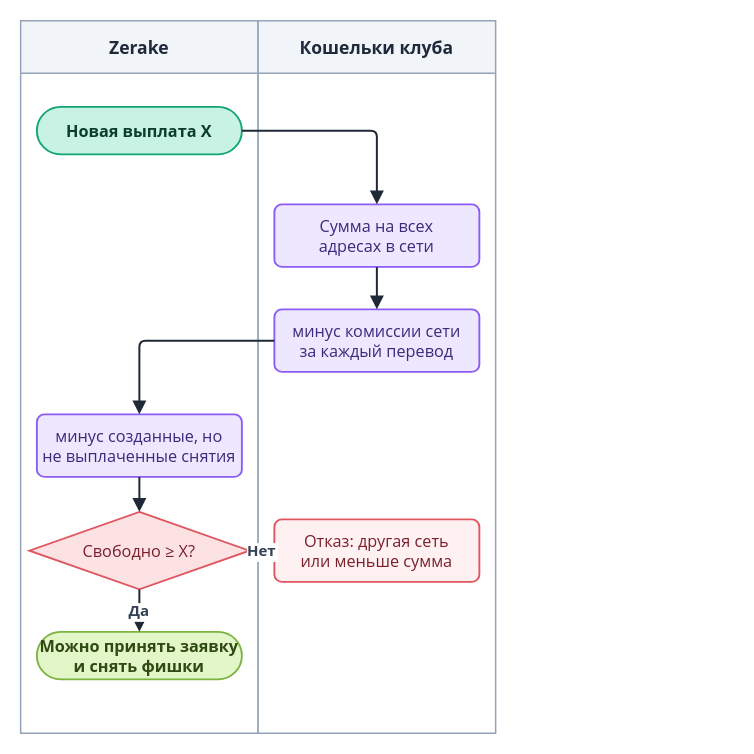
The draw.io diagram diagrams/drawio/solvency.drawio in LILSUFFER/zerake-docs, before the edit. Source tidied: cells renumbered, new cells numbered last; positions are measured from the earlier drawing's top-left corner, leaving out a move shared by most shapes. Both pictures are drawn from the tidied source at 125%, with x=0, y=0 at pixel (20, 20).
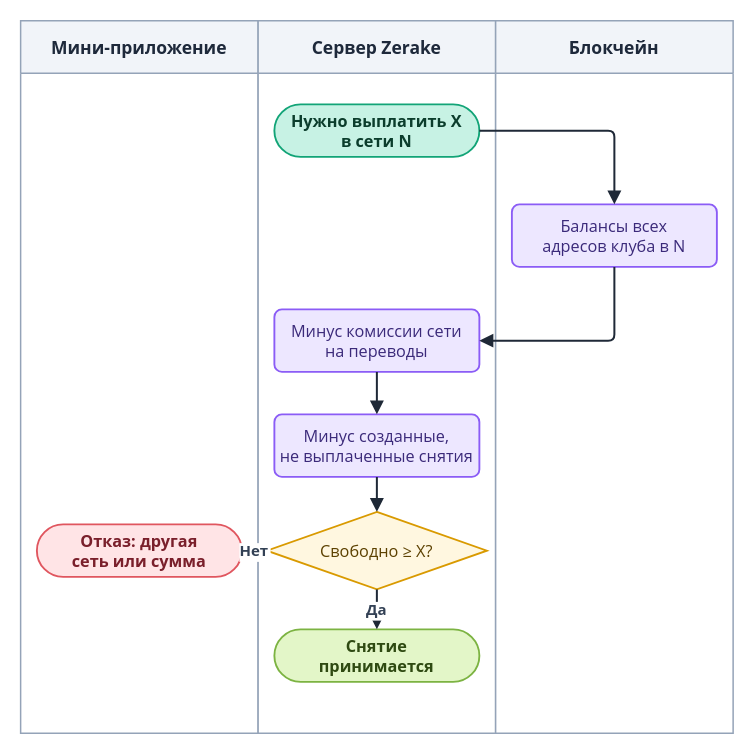
The same diagram, later.

Diff of the diagram source:
```diff
@@
 <mxGraphModel>
   <root>
     <mxCell id="0" />
     <mxCell id="1" parent="0" />
-    <mxCell id="2" value="Zerake" style="swimlane;horizontal=1;startSize=42;fillColor=#F1F4F9;swimlaneFillColor=#FFFFFF;strokeColor=#94A3B8;fontColor=#1E293B;fontStyle=1;fontSize=14;fontFamily=Segoe UI;strokeWidth=1.2;" parent="1" vertex="1">
+    <mxCell id="2" value="Мини-приложение" style="swimlane;horizontal=1;startSize=42;fillColor=#F1F4F9;swimlaneFillColor=#FFFFFF;strokeColor=#94A3B8;fontColor=#1E293B;fontStyle=1;fontSize=14;fontFamily=Segoe UI;strokeWidth=1.2;" parent="1" vertex="1">
       <mxGeometry width="190" height="570" as="geometry" />
     </mxCell>
-    <mxCell id="3" value="Кошельки клуба" style="swimlane;horizontal=1;startSize=42;fillColor=#F1F4F9;swimlaneFillColor=#FFFFFF;strokeColor=#94A3B8;fontColor=#1E293B;fontStyle=1;fontSize=14;fontFamily=Segoe UI;strokeWidth=1.2;" parent="1" vertex="1">
+    <mxCell id="3" value="Сервер Zerake" style="swimlane;horizontal=1;startSize=42;fillColor=#F1F4F9;swimlaneFillColor=#FFFFFF;strokeColor=#94A3B8;fontColor=#1E293B;fontStyle=1;fontSize=14;fontFamily=Segoe UI;strokeWidth=1.2;" parent="1" vertex="1">
       <mxGeometry x="190" width="190" height="570" as="geometry" />
     </mxCell>
+    <mxCell id="17" value="Блокчейн" style="swimlane;horizontal=1;startSize=42;fillColor=#F1F4F9;swimlaneFillColor=#FFFFFF;strokeColor=#94A3B8;fontColor=#1E293B;fontStyle=1;fontSize=14;fontFamily=Segoe UI;strokeWidth=1.2;" parent="1" vertex="1">
+      <mxGeometry x="380" width="190" height="570" as="geometry" />
+    </mxCell>
-    <mxCell id="4" value="Новая выплата X" style="rounded=1;arcSize=50;html=0;fillColor=#C7F2E4;strokeColor=#12A477;fontColor=#0B3D2C;fontStyle=1;fontFamily=Segoe UI;fontSize=13;strokeWidth=1.5;" parent="1" vertex="1">
-      <mxGeometry x="13" y="69" width="164" height="38" as="geometry" />
+    <mxCell id="4" value="Нужно выплатить X&#10;в сети N" style="rounded=1;arcSize=50;html=0;fontStyle=1;fillColor=#C7F2E4;strokeColor=#12A477;fontColor=#0B3D2C;fontFamily=Segoe UI;fontSize=13;strokeWidth=1.5;" parent="1" vertex="1">
+      <mxGeometry x="203" y="67" width="164" height="42" as="geometry" />
     </mxCell>
-    <mxCell id="5" value="Сумма на всех&#10;адресах в сети" style="rounded=1;arcSize=12;html=0;fillColor=#EDE7FF;strokeColor=#8B5CF6;fontColor=#3B2A7A;fontFamily=Segoe UI;fontSize=13;strokeWidth=1.5;" parent="1" vertex="1">
-      <mxGeometry x="203" y="147" width="164" height="50" as="geometry" />
-    </mxCell>
+    <mxCell id="18" value="Балансы всех&#10;адресов клуба в N" style="rounded=1;arcSize=12;html=0;fillColor=#EDE7FF;strokeColor=#8B5CF6;fontColor=#3B2A7A;fontFamily=Segoe UI;fontSize=13;strokeWidth=1.5;" parent="1" vertex="1">
+      <mxGeometry x="393" y="147" width="164" height="50" as="geometry" />
+    </mxCell>
-    <mxCell id="6" value="минус комиссии сети&#10;за каждый перевод" style="rounded=1;arcSize=12;html=0;fillColor=#EDE7FF;strokeColor=#8B5CF6;fontColor=#3B2A7A;fontFamily=Segoe UI;fontSize=13;strokeWidth=1.5;" parent="1" vertex="1">
+    <mxCell id="6" value="Минус комиссии сети&#10;на переводы" style="rounded=1;arcSize=12;html=0;fillColor=#EDE7FF;strokeColor=#8B5CF6;fontColor=#3B2A7A;fontFamily=Segoe UI;fontSize=13;strokeWidth=1.5;" parent="1" vertex="1">
       <mxGeometry x="203" y="231" width="164" height="50" as="geometry" />
     </mxCell>
-    <mxCell id="7" value="минус созданные, но&#10;не выплаченные снятия" style="rounded=1;arcSize=12;html=0;fillColor=#EDE7FF;strokeColor=#8B5CF6;fontColor=#3B2A7A;fontFamily=Segoe UI;fontSize=13;strokeWidth=1.5;" parent="1" vertex="1">
-      <mxGeometry x="13" y="315" width="164" height="50" as="geometry" />
+    <mxCell id="7" value="Минус созданные,&#10;не выплаченные снятия" style="rounded=1;arcSize=12;html=0;fillColor=#EDE7FF;strokeColor=#8B5CF6;fontColor=#3B2A7A;fontFamily=Segoe UI;fontSize=13;strokeWidth=1.5;" parent="1" vertex="1">
+      <mxGeometry x="203" y="315" width="164" height="50" as="geometry" />
     </mxCell>
-    <mxCell id="8" value="Свободно ≥ X?" style="rhombus;html=0;fillColor=#FDE2E4;strokeColor=#E0565F;fontColor=#7A1F2B;fontFamily=Segoe UI;fontSize=13;strokeWidth=1.5;" parent="1" vertex="1">
-      <mxGeometry x="7" y="393" width="176" height="62" as="geometry" />
+    <mxCell id="8" value="Свободно ≥ X?" style="rhombus;html=0;fillColor=#FFF7E0;strokeColor=#D99A00;fontColor=#5C4100;fontFamily=Segoe UI;fontSize=13;strokeWidth=1.5;" parent="1" vertex="1">
+      <mxGeometry x="197" y="393" width="176" height="62" as="geometry" />
     </mxCell>
-    <mxCell id="9" value="Отказ: другая сеть&#10;или меньше сумма" style="rounded=1;arcSize=12;html=0;fillColor=#FFF1F2;strokeColor=#E0565F;fontColor=#7A1F2B;fontFamily=Segoe UI;fontSize=13;strokeWidth=1.5;" parent="1" vertex="1">
-      <mxGeometry x="203" y="399" width="164" height="50" as="geometry" />
+    <mxCell id="9" value="Отказ: другая&#10;сеть или сумма" style="rounded=1;arcSize=50;html=0;fontStyle=1;fillColor=#FFE4E6;strokeColor=#E0565F;fontColor=#7A1F2B;fontFamily=Segoe UI;fontSize=13;strokeWidth=1.5;" parent="1" vertex="1">
+      <mxGeometry x="13" y="403" width="164" height="42" as="geometry" />
     </mxCell>
-    <mxCell id="10" value="Можно принять заявку&#10;и снять фишки" style="rounded=1;arcSize=50;html=0;fillColor=#E3F6C8;strokeColor=#7CB342;fontColor=#2F4A12;fontStyle=1;fontFamily=Segoe UI;fontSize=13;strokeWidth=1.5;" parent="1" vertex="1">
-      <mxGeometry x="13" y="489" width="164" height="38" as="geometry" />
-    </mxCell>
+    <mxCell id="19" value="Снятие&#10;принимается" style="rounded=1;arcSize=50;html=0;fontStyle=1;fillColor=#E3F6C8;strokeColor=#7CB342;fontColor=#2F4A12;fontFamily=Segoe UI;fontSize=13;strokeWidth=1.5;" parent="1" vertex="1">
+      <mxGeometry x="203" y="487" width="164" height="42" as="geometry" />
+    </mxCell>
-    <mxCell id="11" style="edgeStyle=orthogonalEdgeStyle;rounded=1;arcSize=10;jettySize=auto;html=0;strokeColor=#1F2937;strokeWidth=1.6;endArrow=block;endFill=1;endSize=7;fontFamily=Segoe UI;fontSize=12;fontStyle=1;fontColor=#334155;labelBackgroundColor=#FFFFFF;" parent="1" edge="1" source="4" target="5">
+    <mxCell id="11" style="edgeStyle=orthogonalEdgeStyle;rounded=1;arcSize=10;jettySize=auto;html=0;strokeColor=#1F2937;strokeWidth=1.6;endArrow=block;endFill=1;endSize=7;fontFamily=Segoe UI;fontSize=12;fontStyle=1;fontColor=#334155;labelBackgroundColor=#FFFFFF;" parent="1" edge="1" source="4" target="18">
       <mxGeometry relative="1" as="geometry" />
     </mxCell>
-    <mxCell id="12" style="edgeStyle=orthogonalEdgeStyle;rounded=1;arcSize=10;jettySize=auto;html=0;strokeColor=#1F2937;strokeWidth=1.6;endArrow=block;endFill=1;endSize=7;fontFamily=Segoe UI;fontSize=12;fontStyle=1;fontColor=#334155;labelBackgroundColor=#FFFFFF;" parent="1" edge="1" source="5" target="6">
+    <mxCell id="12" style="edgeStyle=orthogonalEdgeStyle;rounded=1;arcSize=10;jettySize=auto;html=0;strokeColor=#1F2937;strokeWidth=1.6;endArrow=block;endFill=1;endSize=7;fontFamily=Segoe UI;fontSize=12;fontStyle=1;fontColor=#334155;labelBackgroundColor=#FFFFFF;exitX=0.5;exitY=1;entryX=1;entryY=0.5;" parent="1" edge="1" source="18" target="6">
       <mxGeometry relative="1" as="geometry" />
     </mxCell>
     <mxCell id="13" style="edgeStyle=orthogonalEdgeStyle;rounded=1;arcSize=10;jettySize=auto;html=0;strokeColor=#1F2937;strokeWidth=1.6;endArrow=block;endFill=1;endSize=7;fontFamily=Segoe UI;fontSize=12;fontStyle=1;fontColor=#334155;labelBackgroundColor=#FFFFFF;" parent="1" edge="1" source="6" target="7">
       <mxGeometry relative="1" as="geometry" />
     </mxCell>
     <mxCell id="14" style="edgeStyle=orthogonalEdgeStyle;rounded=1;arcSize=10;jettySize=auto;html=0;strokeColor=#1F2937;strokeWidth=1.6;endArrow=block;endFill=1;endSize=7;fontFamily=Segoe UI;fontSize=12;fontStyle=1;fontColor=#334155;labelBackgroundColor=#FFFFFF;" parent="1" edge="1" source="7" target="8">
       <mxGeometry relative="1" as="geometry" />
     </mxCell>
     <mxCell id="15" value="Нет" style="edgeStyle=orthogonalEdgeStyle;rounded=1;arcSize=10;jettySize=auto;html=0;strokeColor=#1F2937;strokeWidth=1.6;endArrow=block;endFill=1;endSize=7;fontFamily=Segoe UI;fontSize=12;fontStyle=1;fontColor=#334155;labelBackgroundColor=#FFFFFF;" parent="1" edge="1" source="8" target="9">
       <mxGeometry relative="1" as="geometry" />
     </mxCell>
-    <mxCell id="16" value="Да" style="edgeStyle=orthogonalEdgeStyle;rounded=1;arcSize=10;jettySize=auto;html=0;strokeColor=#1F2937;strokeWidth=1.6;endArrow=block;endFill=1;endSize=7;fontFamily=Segoe UI;fontSize=12;fontStyle=1;fontColor=#334155;labelBackgroundColor=#FFFFFF;" parent="1" edge="1" source="8" target="10">
+    <mxCell id="16" value="Да" style="edgeStyle=orthogonalEdgeStyle;rounded=1;arcSize=10;jettySize=auto;html=0;strokeColor=#1F2937;strokeWidth=1.6;endArrow=block;endFill=1;endSize=7;fontFamily=Segoe UI;fontSize=12;fontStyle=1;fontColor=#334155;labelBackgroundColor=#FFFFFF;" parent="1" edge="1" source="8" target="19">
       <mxGeometry relative="1" as="geometry" />
     </mxCell>
   </root>
 </mxGraphModel>
```
